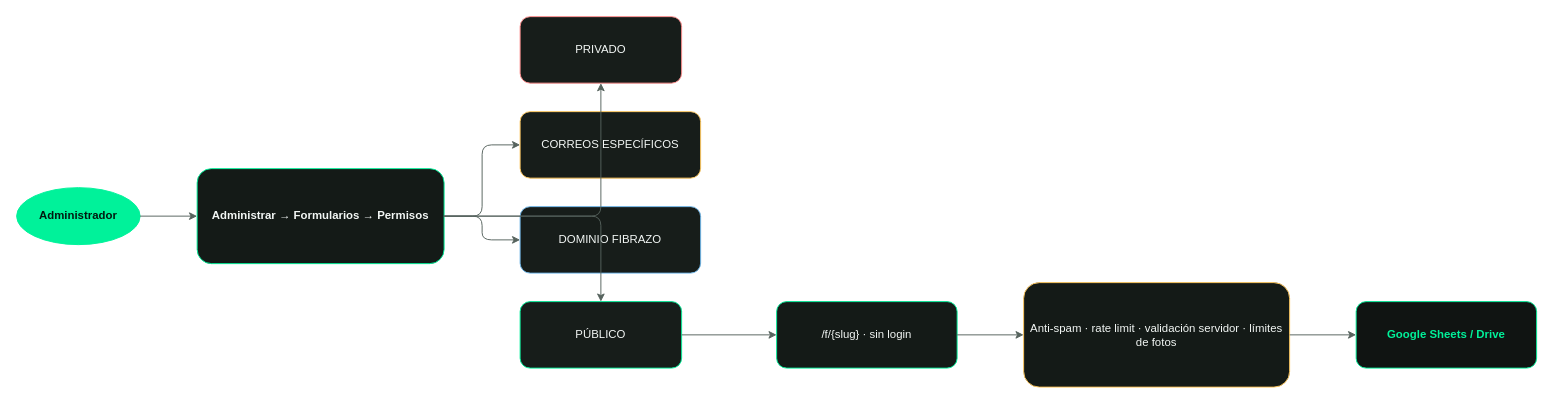
The draw.io diagram page "Seguridad y publicación" (3 of 4) of docs/FIBRAZO_Forms_Flujos.drawio in Femacchi12/fibrazo-forms, before the edit. Source tidied: cells renumbered, new cells numbered last; positions are measured from the earlier drawing's top-left corner, leaving out a move shared by most shapes. Both pictures are drawn from the tidied source at 95%, with x=0, y=0 at pixel (16, 16).
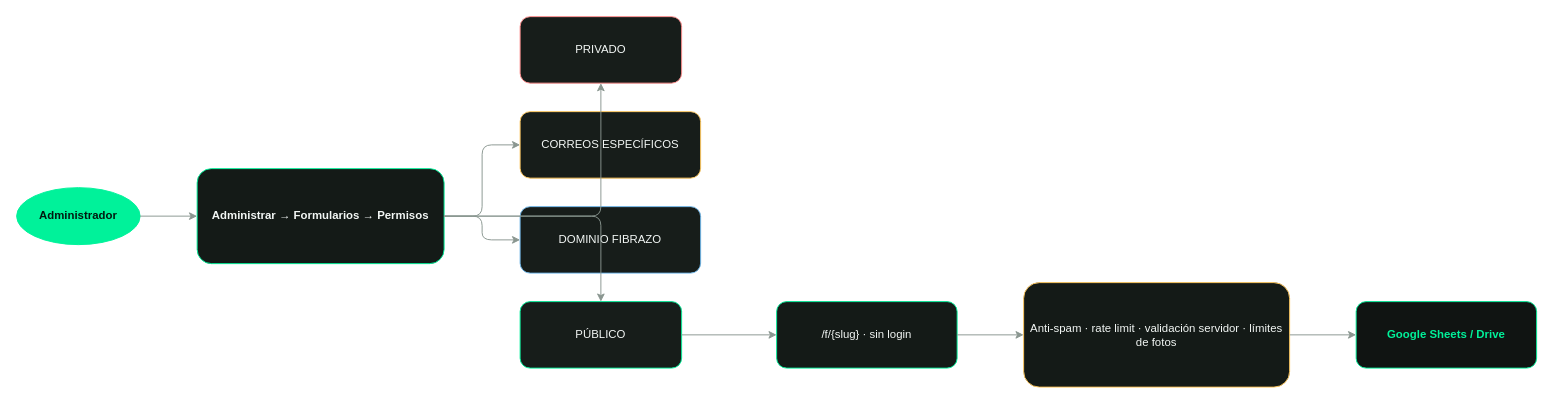
After the change.

What changed in the source:
```diff
@@
 <mxGraphModel>
   <root>
     <mxCell id="0" />
     <mxCell id="1" parent="0" />
     <mxCell id="2" value="Administrador" style="ellipse;whiteSpace=wrap;html=1;fillColor=#00f29a;strokeColor=#00f29a;fontColor=#001a10;fontStyle=1;" parent="1" vertex="1">
       <mxGeometry y="180" width="130" height="60" as="geometry" />
     </mxCell>
     <mxCell id="3" value="Administrar → Formularios → Permisos" style="rounded=1;whiteSpace=wrap;html=1;fillColor=#141a17;strokeColor=#00f29a;fontColor=#f3f7f5;fontStyle=1;" parent="1" vertex="1">
       <mxGeometry x="190" y="160" width="260" height="100" as="geometry" />
     </mxCell>
     <mxCell id="4" value="PRIVADO" style="rounded=1;whiteSpace=wrap;html=1;fillColor=#171d1a;strokeColor=#ff8d8d;fontColor=#f3f7f5;" parent="1" vertex="1">
       <mxGeometry x="530" width="170" height="70" as="geometry" />
     </mxCell>
     <mxCell id="5" value="CORREOS ESPECÍFICOS" style="rounded=1;whiteSpace=wrap;html=1;fillColor=#171d1a;strokeColor=#ffc85c;fontColor=#f3f7f5;" parent="1" vertex="1">
       <mxGeometry x="530" y="100" width="190" height="70" as="geometry" />
     </mxCell>
     <mxCell id="6" value="DOMINIO FIBRAZO" style="rounded=1;whiteSpace=wrap;html=1;fillColor=#171d1a;strokeColor=#6cb5e8;fontColor=#f3f7f5;" parent="1" vertex="1">
       <mxGeometry x="530" y="200" width="190" height="70" as="geometry" />
     </mxCell>
     <mxCell id="7" value="PÚBLICO" style="rounded=1;whiteSpace=wrap;html=1;fillColor=#171d1a;strokeColor=#00f29a;fontColor=#f3f7f5;" parent="1" vertex="1">
       <mxGeometry x="530" y="300" width="170" height="70" as="geometry" />
     </mxCell>
     <mxCell id="8" value="/f/{slug} · sin login" style="rounded=1;whiteSpace=wrap;html=1;fillColor=#141a17;strokeColor=#00f29a;fontColor=#f3f7f5;" parent="1" vertex="1">
       <mxGeometry x="800" y="300" width="190" height="70" as="geometry" />
     </mxCell>
     <mxCell id="9" value="Anti-spam · rate limit · validación servidor · límites de fotos" style="rounded=1;whiteSpace=wrap;html=1;fillColor=#141a17;strokeColor=#ffc85c;fontColor=#f3f7f5;" parent="1" vertex="1">
       <mxGeometry x="1060" y="280" width="280" height="110" as="geometry" />
     </mxCell>
     <mxCell id="10" value="Google Sheets / Drive" style="rounded=1;whiteSpace=wrap;html=1;fillColor=#101412;strokeColor=#00f29a;fontColor=#00f29a;fontStyle=1;" parent="1" vertex="1">
       <mxGeometry x="1410" y="300" width="190" height="70" as="geometry" />
     </mxCell>
-    <mxCell id="11" style="edgeStyle=orthogonalEdgeStyle;html=1;strokeColor=#56635d;" parent="1" edge="1" source="2" target="3">
+    <mxCell id="11" style="edgeStyle=orthogonalEdgeStyle;html=1;strokeColor=#8a9690;fontColor=#ffffff;labelBackgroundColor=#101412;labelBorderColor=#56635d;fontStyle=1;" parent="1" edge="1" source="2" target="3">
       <mxGeometry relative="1" as="geometry" />
     </mxCell>
-    <mxCell id="12" style="edgeStyle=orthogonalEdgeStyle;html=1;strokeColor=#56635d;" parent="1" edge="1" source="3" target="4">
+    <mxCell id="12" style="edgeStyle=orthogonalEdgeStyle;html=1;strokeColor=#8a9690;fontColor=#ffffff;labelBackgroundColor=#101412;labelBorderColor=#56635d;fontStyle=1;" parent="1" edge="1" source="3" target="4">
       <mxGeometry relative="1" as="geometry" />
     </mxCell>
-    <mxCell id="13" style="edgeStyle=orthogonalEdgeStyle;html=1;strokeColor=#56635d;" parent="1" edge="1" source="3" target="5">
+    <mxCell id="13" style="edgeStyle=orthogonalEdgeStyle;html=1;strokeColor=#8a9690;fontColor=#ffffff;labelBackgroundColor=#101412;labelBorderColor=#56635d;fontStyle=1;" parent="1" edge="1" source="3" target="5">
       <mxGeometry relative="1" as="geometry" />
     </mxCell>
-    <mxCell id="14" style="edgeStyle=orthogonalEdgeStyle;html=1;strokeColor=#56635d;" parent="1" edge="1" source="3" target="6">
+    <mxCell id="14" style="edgeStyle=orthogonalEdgeStyle;html=1;strokeColor=#8a9690;fontColor=#ffffff;labelBackgroundColor=#101412;labelBorderColor=#56635d;fontStyle=1;" parent="1" edge="1" source="3" target="6">
       <mxGeometry relative="1" as="geometry" />
     </mxCell>
-    <mxCell id="15" style="edgeStyle=orthogonalEdgeStyle;html=1;strokeColor=#56635d;" parent="1" edge="1" source="3" target="7">
+    <mxCell id="15" style="edgeStyle=orthogonalEdgeStyle;html=1;strokeColor=#8a9690;fontColor=#ffffff;labelBackgroundColor=#101412;labelBorderColor=#56635d;fontStyle=1;" parent="1" edge="1" source="3" target="7">
       <mxGeometry relative="1" as="geometry" />
     </mxCell>
-    <mxCell id="16" style="edgeStyle=orthogonalEdgeStyle;html=1;strokeColor=#56635d;" parent="1" edge="1" source="7" target="8">
+    <mxCell id="16" style="edgeStyle=orthogonalEdgeStyle;html=1;strokeColor=#8a9690;fontColor=#ffffff;labelBackgroundColor=#101412;labelBorderColor=#56635d;fontStyle=1;" parent="1" edge="1" source="7" target="8">
       <mxGeometry relative="1" as="geometry" />
     </mxCell>
-    <mxCell id="17" style="edgeStyle=orthogonalEdgeStyle;html=1;strokeColor=#56635d;" parent="1" edge="1" source="8" target="9">
+    <mxCell id="17" style="edgeStyle=orthogonalEdgeStyle;html=1;strokeColor=#8a9690;fontColor=#ffffff;labelBackgroundColor=#101412;labelBorderColor=#56635d;fontStyle=1;" parent="1" edge="1" source="8" target="9">
       <mxGeometry relative="1" as="geometry" />
     </mxCell>
-    <mxCell id="18" style="edgeStyle=orthogonalEdgeStyle;html=1;strokeColor=#56635d;" parent="1" edge="1" source="9" target="10">
+    <mxCell id="18" style="edgeStyle=orthogonalEdgeStyle;html=1;strokeColor=#8a9690;fontColor=#ffffff;labelBackgroundColor=#101412;labelBorderColor=#56635d;fontStyle=1;" parent="1" edge="1" source="9" target="10">
       <mxGeometry relative="1" as="geometry" />
     </mxCell>
   </root>
 </mxGraphModel>
```
